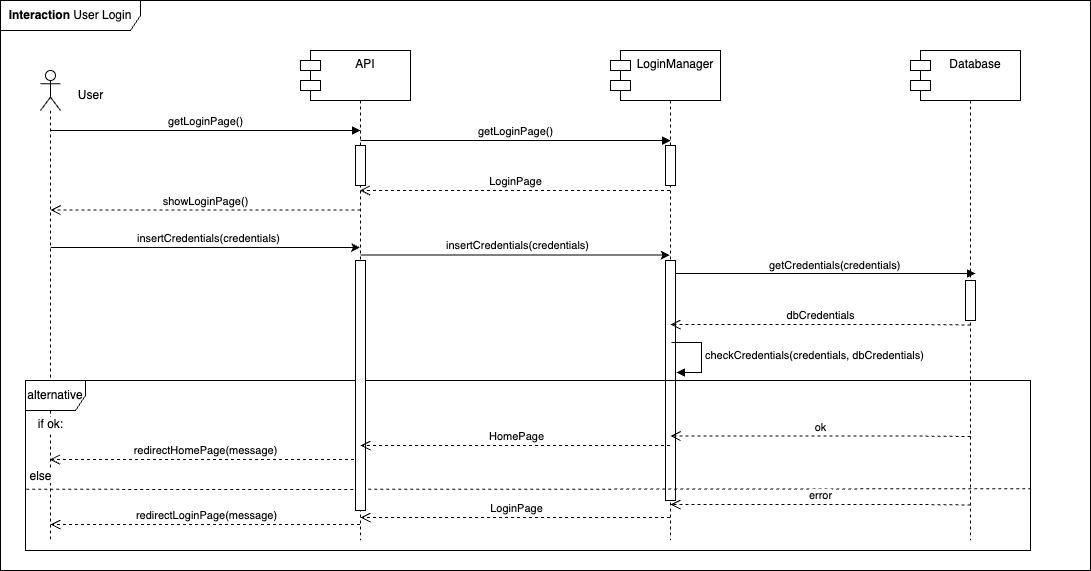
Earlier version of the draw.io export DD/Images/Interactions/INT01_UserLogin.drawio.png (edogriba/GribaldoRosa). Source tidied: cells renumbered, new cells last; positions are measured from the earlier drawing's top-left corner, leaving out a move shared by most shapes.
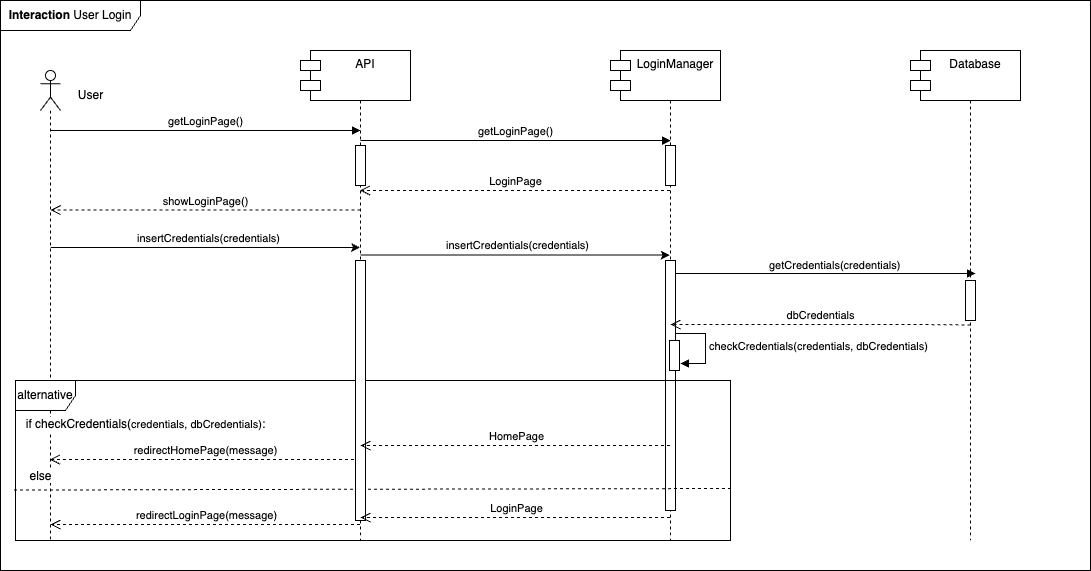
The same file after the commit.

What changed in the source:
```diff
@@ -25,11 +25,14 @@
       <mxGeometry x="620" y="60" width="100" height="480" as="geometry" />
     </mxCell>
     <mxCell id="7" style="html=1;perimeter=orthogonalPerimeter;targetShapes=umlLifeline;newEdgeStyle={&quot;curved&quot;:0,&quot;rounded&quot;:0};" parent="6" vertex="1">
-      <mxGeometry x="45" y="200" width="10" height="240" as="geometry" />
+      <mxGeometry x="45" y="200" width="10" height="250" as="geometry" />
     </mxCell>
     <mxCell id="8" style="html=1;perimeter=orthogonalPerimeter;targetShapes=umlLifeline;newEdgeStyle={&quot;curved&quot;:0,&quot;rounded&quot;:0};" parent="6" vertex="1">
       <mxGeometry x="45" y="85" width="10" height="40" as="geometry" />
     </mxCell>
+    <mxCell id="37" style="html=1;perimeter=orthogonalPerimeter;targetShapes=umlLifeline;newEdgeStyle={&quot;curved&quot;:0,&quot;rounded&quot;:0};" parent="6" vertex="1">
+      <mxGeometry x="49" y="280" width="10" height="30" as="geometry" />
+    </mxCell>
     <mxCell id="9" style="edgeStyle=orthogonalEdgeStyle;rounded=0;orthogonalLoop=1;jettySize=auto;html=1;curved=0;" parent="1" edge="1">
       <mxGeometry relative="1" as="geometry">
         <mxPoint x="50.2" y="247" as="sourcePoint" />
@@ -73,14 +76,14 @@
       </mxGeometry>
     </mxCell>
     <mxCell id="15" value="alternative" style="shape=umlFrame;whiteSpace=wrap;html=1;" parent="1" vertex="1">
-      <mxGeometry x="25" y="380" width="1005" height="170" as="geometry" />
+      <mxGeometry x="15" y="380" width="715" height="160" as="geometry" />
     </mxCell>
-    <mxCell id="16" value="if ok:" style="text;html=1;align=center;verticalAlign=middle;strokeColor=none;fillColor=none;labelBackgroundColor=default;" parent="1" vertex="1">
-      <mxGeometry x="25" y="409" width="50" height="30" as="geometry" />
+    <mxCell id="16" value="if checkCredentials(&lt;span style=&quot;font-size: 11px; text-align: left;&quot;&gt;credentials, dbCredentials)&lt;/span&gt;:" style="text;html=1;align=center;verticalAlign=middle;strokeColor=none;fillColor=none;labelBackgroundColor=default;" parent="1" vertex="1">
+      <mxGeometry x="15" y="409" width="260" height="30" as="geometry" />
     </mxCell>
-    <mxCell id="17" style="endArrow=none;dashed=1;html=1;rounded=0;entryX=1.01;entryY=0.596;entryDx=0;entryDy=0;entryPerimeter=0;exitX=0.216;exitY=0.926;exitDx=0;exitDy=0;exitPerimeter=0;" parent="1" edge="1" source="18">
+    <mxCell id="17" style="endArrow=none;dashed=1;html=1;rounded=0;exitX=-0.03;exitY=0.954;exitDx=0;exitDy=0;exitPerimeter=0;" parent="1" edge="1" source="18">
       <mxGeometry relative="1" as="geometry">
-        <mxPoint x="1030.1" y="488.2" as="targetPoint" />
+        <mxPoint x="730" y="488" as="targetPoint" />
         <Array as="points">
           <mxPoint x="240" y="489" />
         </Array>
@@ -108,7 +111,7 @@
       <mxGeometry x="45" y="85" width="10" height="40" as="geometry" />
     </mxCell>
     <mxCell id="22" style="html=1;perimeter=orthogonalPerimeter;targetShapes=umlLifeline;newEdgeStyle={&quot;curved&quot;:0,&quot;rounded&quot;:0};" parent="20" vertex="1">
-      <mxGeometry x="45" y="200" width="10" height="250" as="geometry" />
+      <mxGeometry x="45" y="200" width="10" height="260" as="geometry" />
     </mxCell>
     <mxCell id="23" value="getLoginPage()" style="html=1;verticalAlign=bottom;endArrow=block;edgeStyle=elbowEdgeStyle;elbow=vertical;curved=0;rounded=0;" parent="1" edge="1">
       <mxGeometry relative="1" as="geometry">
@@ -177,36 +180,12 @@
     <mxCell id="31" value="Database" style="shape=module;align=left;spacingLeft=20;align=center;verticalAlign=top;whiteSpace=wrap;html=1;" parent="1" vertex="1">
       <mxGeometry x="910" y="50" width="110" height="50" as="geometry" />
     </mxCell>
-    <mxCell id="32" value="ok" style="html=1;verticalAlign=bottom;endArrow=open;dashed=1;endSize=8;curved=0;rounded=0;" parent="1" edge="1">
-      <mxGeometry relative="1" as="geometry">
-        <mxPoint x="970" y="436" as="sourcePoint" />
-        <mxPoint x="670" y="435.5" as="targetPoint" />
-        <Array as="points">
-          <mxPoint x="920" y="435.6" />
-          <mxPoint x="860" y="435.6" />
-          <mxPoint x="800" y="435.6" />
-          <mxPoint x="770" y="435.6" />
-        </Array>
-      </mxGeometry>
-    </mxCell>
-    <mxCell id="33" value="error" style="html=1;verticalAlign=bottom;endArrow=open;dashed=1;endSize=8;curved=0;rounded=0;" parent="1" edge="1">
-      <mxGeometry relative="1" as="geometry">
-        <mxPoint x="970" y="504.5" as="sourcePoint" />
-        <mxPoint x="670" y="504" as="targetPoint" />
-        <Array as="points">
-          <mxPoint x="920" y="504" />
-          <mxPoint x="860" y="504" />
-          <mxPoint x="800" y="504" />
-          <mxPoint x="770" y="504" />
-        </Array>
-      </mxGeometry>
-    </mxCell>
     <mxCell id="34" value="checkCredentials(credentials, dbCredentials)" style="html=1;align=left;spacingLeft=2;endArrow=block;rounded=0;edgeStyle=orthogonalEdgeStyle;curved=0;rounded=0;" parent="1" edge="1">
       <mxGeometry relative="1" as="geometry">
-        <mxPoint x="671" y="342" as="sourcePoint" />
-        <mxPoint x="676" y="372" as="targetPoint" />
+        <mxPoint x="675" y="333" as="sourcePoint" />
+        <mxPoint x="680" y="363" as="targetPoint" />
         <Array as="points">
-          <mxPoint x="701" y="372" />
+          <mxPoint x="705" y="363" />
         </Array>
       </mxGeometry>
     </mxCell>
```
